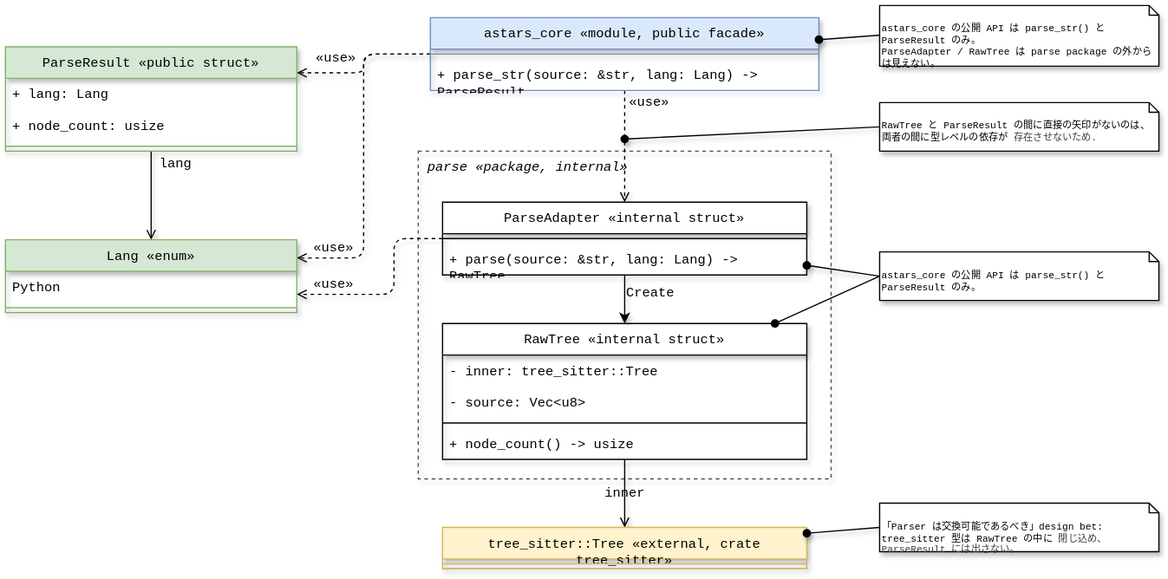
xwasoux/astars keeps this draw.io diagram as docs/architecture/core-parse-spike.drawio.svg. Above is the earlier version. Source tidied: cells renumbered, new cells last; positions are measured from the earlier drawing's top-left corner, leaving out a move shared by most shapes.
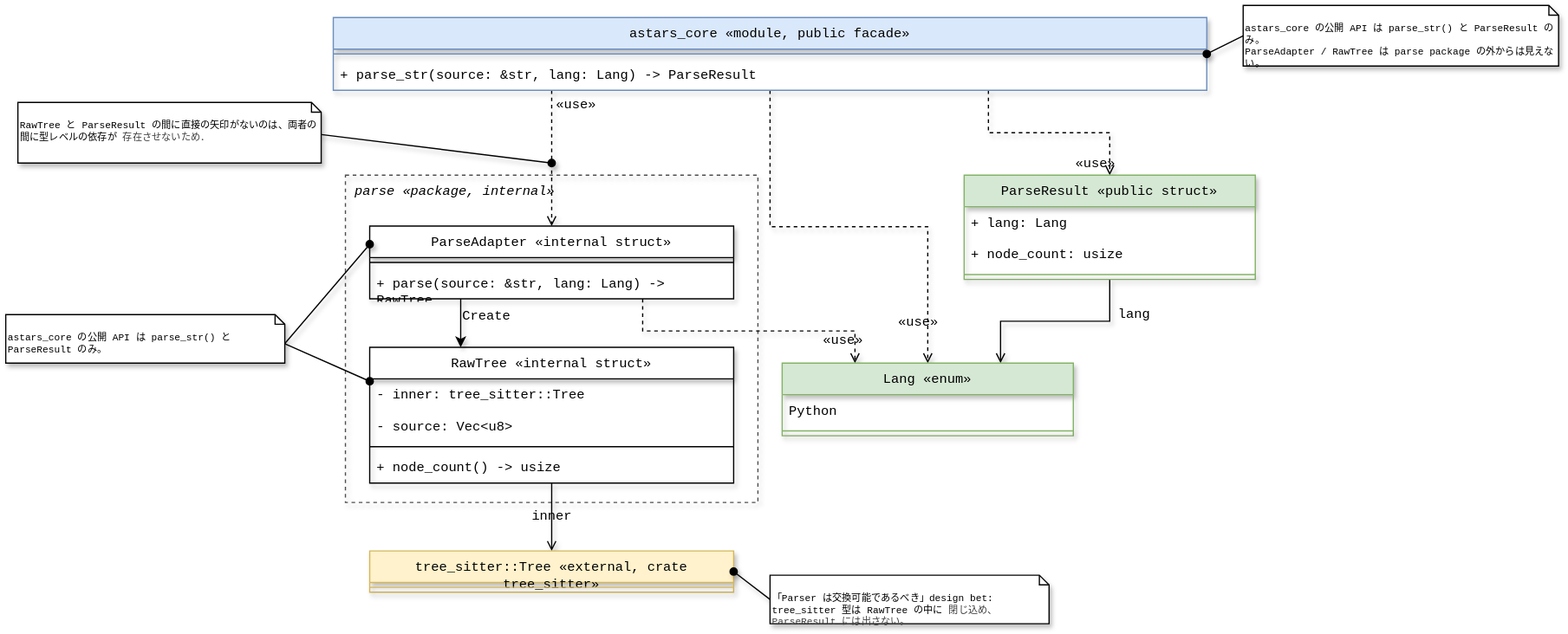
Later version of the same file.

Diff of the diagram source:
```diff
@@ -5,25 +5,20 @@
     <mxCell id="2" value="parse «package, internal»" style="rounded=0;dashed=1;fillColor=none;strokeColor=#4D4D4D;verticalAlign=top;fontStyle=2;align=left;spacingLeft=6;fontSize=11;textShadow=0;labelBackgroundColor=none;fontFamily=monospace;shadow=1;" parent="1" vertex="1">
       <mxGeometry x="340" y="120" width="340" height="270" as="geometry" />
     </mxCell>
-    <mxCell id="3" value="«use»" style="edgeStyle=orthogonalEdgeStyle;rounded=1;html=1;endArrow=open;endFill=0;dashed=1;textShadow=0;entryX=1;entryY=0.25;entryDx=0;entryDy=0;labelBackgroundColor=none;curved=0;fontFamily=monospace;shadow=1;" parent="1" edge="1" source="19" target="26">
-      <mxGeometry x="0.78" y="-8" relative="1" as="geometry" />
+    <mxCell id="3" value="«use»" style="edgeStyle=orthogonalEdgeStyle;rounded=0;html=1;endArrow=open;endFill=0;dashed=1;textShadow=0;entryX=0.5;entryY=0;entryDx=0;entryDy=0;labelBackgroundColor=none;curved=0;fontFamily=monospace;shadow=1;exitX=0.5;exitY=1;exitDx=0;exitDy=0;" parent="1" edge="1" source="19" target="26">
+      <mxGeometry x="0.82" y="-8" relative="1" as="geometry" />
     </mxCell>
-    <mxCell id="4" value="«use»" style="edgeStyle=orthogonalEdgeStyle;rounded=1;html=1;endArrow=open;endFill=0;dashed=1;textShadow=0;entryX=1;entryY=0.25;entryDx=0;entryDy=0;labelBackgroundColor=none;curved=0;fontFamily=monospace;shadow=1;" parent="1" edge="1" source="19" target="22">
-      <mxGeometry x="0.5" y="-12" relative="1" as="geometry" />
+    <mxCell id="4" value="«use»" style="edgeStyle=orthogonalEdgeStyle;rounded=0;html=1;endArrow=open;endFill=0;dashed=1;textShadow=0;labelBackgroundColor=none;curved=0;fontFamily=monospace;shadow=1;exitX=0.75;exitY=1;exitDx=0;exitDy=0;" parent="1" edge="1" source="19" target="22">
+      <mxGeometry x="0.89" y="-12" relative="1" as="geometry" />
     </mxCell>
-    <mxCell id="5" value="&lt;span&gt;«use»&lt;/span&gt;" style="edgeStyle=orthogonalEdgeStyle;rounded=0;html=1;endArrow=open;endFill=0;dashed=1;textShadow=0;labelBackgroundColor=none;fontFamily=monospace;entryX=0.5;entryY=0;entryDx=0;entryDy=0;exitX=0.5;exitY=1;exitDx=0;exitDy=0;shadow=1;" parent="1" edge="1" source="19" target="16">
+    <mxCell id="5" value="&lt;span&gt;«use»&lt;/span&gt;" style="edgeStyle=orthogonalEdgeStyle;rounded=0;html=1;endArrow=open;endFill=0;dashed=1;textShadow=0;labelBackgroundColor=none;fontFamily=monospace;entryX=0.5;entryY=0;entryDx=0;entryDy=0;exitX=0.25;exitY=1;exitDx=0;exitDy=0;shadow=1;" parent="1" edge="1" source="19" target="16">
       <mxGeometry x="-0.78" y="20" relative="1" as="geometry" />
     </mxCell>
-    <mxCell id="6" value="«use»" style="edgeStyle=orthogonalEdgeStyle;rounded=1;html=1;endArrow=open;endFill=0;dashed=1;textShadow=0;labelBackgroundColor=none;fontFamily=monospace;entryX=1;entryY=0.75;entryDx=0;entryDy=0;curved=0;shadow=1;" parent="1" edge="1" source="16" target="26">
-      <mxGeometry x="0.64" y="-8" relative="1" as="geometry">
-        <Array as="points">
-          <mxPoint x="320" y="192" />
-          <mxPoint x="320" y="238" />
-        </Array>
-      </mxGeometry>
+    <mxCell id="6" value="«use»" style="rounded=0;html=1;endArrow=open;endFill=0;dashed=1;textShadow=0;labelBackgroundColor=none;fontFamily=monospace;entryX=0.25;entryY=0;entryDx=0;entryDy=0;shadow=1;edgeStyle=orthogonalEdgeStyle;curved=0;exitX=0.75;exitY=1;exitDx=0;exitDy=0;" parent="1" edge="1" source="16" target="26">
+      <mxGeometry x="0.67" y="-8" relative="1" as="geometry" />
     </mxCell>
-    <mxCell id="7" value="lang" style="edgeStyle=orthogonalEdgeStyle;rounded=0;html=1;endArrow=open;endFill=0;textShadow=0;exitX=0.5;exitY=1;exitDx=0;exitDy=0;entryX=0.5;entryY=0;entryDx=0;entryDy=0;labelBackgroundColor=none;fontFamily=monospace;shadow=1;" parent="1" edge="1" source="22" target="26">
-      <mxGeometry x="-0.71" y="20" relative="1" as="geometry" />
+    <mxCell id="7" value="lang" style="edgeStyle=orthogonalEdgeStyle;rounded=0;html=1;endArrow=open;endFill=0;textShadow=0;exitX=0.5;exitY=1;exitDx=0;exitDy=0;entryX=0.75;entryY=0;entryDx=0;entryDy=0;labelBackgroundColor=none;fontFamily=monospace;shadow=1;" parent="1" edge="1" source="22" target="26">
+      <mxGeometry x="-0.63" y="20" relative="1" as="geometry" />
     </mxCell>
     <mxCell id="8" value="inner" style="edgeStyle=orthogonalEdgeStyle;rounded=0;html=1;endArrow=open;endFill=0;textShadow=0;labelBackgroundColor=none;entryX=0.5;entryY=0;entryDx=0;entryDy=0;fontFamily=monospace;shadow=1;" parent="1" edge="1" source="9" target="29">
       <mxGeometry relative="1" as="geometry" />
@@ -43,7 +38,7 @@
     <mxCell id="13" value="&lt;span style=&quot;color: rgb(0, 0, 0); font-size: 11px;&quot;&gt;+ node_count() -&amp;gt; usize&lt;/span&gt;" style="text;strokeColor=none;fillColor=none;align=left;verticalAlign=top;spacingLeft=4;spacingRight=4;overflow=hidden;whiteSpace=wrap;html=1;fontFamily=monospace;textShadow=0;labelBackgroundColor=none;" parent="9" vertex="1">
       <mxGeometry y="86" width="300" height="26" as="geometry" />
     </mxCell>
-    <mxCell id="14" style="edgeStyle=none;html=1;exitX=0.5;exitY=1;exitDx=0;exitDy=0;entryX=0.5;entryY=0;entryDx=0;entryDy=0;textShadow=0;labelBackgroundColor=none;fontFamily=monospace;shadow=1;" parent="1" edge="1" source="16" target="9">
+    <mxCell id="14" style="edgeStyle=none;html=1;exitX=0.25;exitY=1;exitDx=0;exitDy=0;entryX=0.25;entryY=0;entryDx=0;entryDy=0;textShadow=0;labelBackgroundColor=none;fontFamily=monospace;shadow=1;" parent="1" edge="1" source="16" target="9">
       <mxGeometry relative="1" as="geometry" />
     </mxCell>
     <mxCell id="15" value="&lt;font&gt;Create&lt;/font&gt;" style="edgeLabel;html=1;align=center;verticalAlign=middle;textShadow=0;labelBackgroundColor=none;fontFamily=monospace;" parent="14" vertex="1">
@@ -61,16 +56,16 @@
       <mxGeometry y="34" width="300" height="26" as="geometry" />
     </mxCell>
     <mxCell id="19" value="&lt;span style=&quot;color: rgb(0, 0, 0); font-size: 11px; font-weight: 400; text-align: left;&quot;&gt;astars_core «module, public facade»&lt;/span&gt;" style="swimlane;fontStyle=1;align=center;verticalAlign=top;horizontal=1;startSize=26;whiteSpace=wrap;html=1;fontFamily=monospace;textShadow=0;fillColor=#dae8fc;strokeColor=#6c8ebf;labelBackgroundColor=none;shadow=1;" parent="1" vertex="1">
-      <mxGeometry x="350" y="10" width="320" height="60" as="geometry" />
+      <mxGeometry x="330" y="-10" width="720" height="60" as="geometry" />
     </mxCell>
     <mxCell id="20" style="line;strokeWidth=1;fillColor=none;align=left;verticalAlign=middle;spacingTop=-1;spacingLeft=3;spacingRight=3;labelPosition=right;strokeColor=inherit;textShadow=0;labelBackgroundColor=none;fontFamily=monospace;shadow=1;" parent="19" vertex="1">
-      <mxGeometry y="26" width="320" height="8" as="geometry" />
+      <mxGeometry y="26" width="720" height="8" as="geometry" />
     </mxCell>
     <mxCell id="21" value="&lt;span style=&quot;color: rgb(0, 0, 0); font-size: 11px;&quot;&gt;+ parse_str(source: &amp;amp;str, lang: Lang)&amp;nbsp;&lt;/span&gt;&lt;span style=&quot;color: rgb(0, 0, 0); font-size: 11px;&quot;&gt;-&amp;gt; ParseResult&lt;/span&gt;" style="text;strokeColor=none;fillColor=none;align=left;verticalAlign=top;spacingLeft=4;spacingRight=4;overflow=hidden;whiteSpace=wrap;html=1;fontFamily=monospace;textShadow=0;labelBackgroundColor=none;shadow=1;" parent="19" vertex="1">
-      <mxGeometry y="34" width="320" height="26" as="geometry" />
+      <mxGeometry y="34" width="720" height="26" as="geometry" />
     </mxCell>
     <mxCell id="22" value="&lt;span style=&quot;color: rgb(0, 0, 0); font-size: 11px; font-weight: 400; text-align: left;&quot;&gt;ParseResult «public struct»&lt;/span&gt;" style="swimlane;fontStyle=1;align=center;verticalAlign=top;horizontal=1;startSize=26;whiteSpace=wrap;html=1;fontFamily=monospace;textShadow=0;fillColor=#d5e8d4;strokeColor=#82b366;labelBackgroundColor=none;shadow=1;" parent="1" vertex="1">
-      <mxGeometry y="34" width="240" height="86" as="geometry" />
+      <mxGeometry x="850" y="120" width="240" height="86" as="geometry" />
     </mxCell>
     <mxCell id="23" value="&lt;span style=&quot;color: rgb(0, 0, 0); font-size: 11px;&quot;&gt;+ lang: Lang&lt;/span&gt;" style="text;strokeColor=none;fillColor=none;align=left;verticalAlign=top;spacingLeft=4;spacingRight=4;overflow=hidden;whiteSpace=wrap;html=1;fontFamily=monospace;textShadow=0;labelBackgroundColor=none;shadow=1;" parent="22" vertex="1">
       <mxGeometry y="26" width="240" height="26" as="geometry" />
@@ -82,7 +77,7 @@
       <mxGeometry y="78" width="240" height="8" as="geometry" />
     </mxCell>
     <mxCell id="26" value="&lt;span style=&quot;color: rgb(0, 0, 0); font-size: 11px; font-weight: 400; text-align: left;&quot;&gt;Lang «enum»&lt;/span&gt;" style="swimlane;fontStyle=1;align=center;verticalAlign=top;horizontal=1;startSize=26;whiteSpace=wrap;html=1;fontFamily=monospace;textShadow=0;fillColor=#d5e8d4;strokeColor=#82b366;labelBackgroundColor=none;shadow=1;" parent="1" vertex="1">
-      <mxGeometry y="193" width="240" height="60" as="geometry" />
+      <mxGeometry x="700" y="275" width="240" height="60" as="geometry" />
     </mxCell>
     <mxCell id="27" value="&lt;span style=&quot;color: rgb(0, 0, 0); font-size: 11px;&quot;&gt;Python&lt;/span&gt;" style="text;strokeColor=none;fillColor=none;align=left;verticalAlign=top;spacingLeft=4;spacingRight=4;overflow=hidden;whiteSpace=wrap;html=1;fontFamily=monospace;textShadow=0;labelBackgroundColor=none;shadow=1;" parent="26" vertex="1">
       <mxGeometry y="26" width="240" height="26" as="geometry" />
@@ -96,34 +91,34 @@
     <mxCell id="30" style="line;strokeWidth=1;fillColor=none;align=left;verticalAlign=middle;spacingTop=-1;spacingLeft=3;spacingRight=3;labelPosition=right;strokeColor=inherit;textShadow=0;labelBackgroundColor=none;fontFamily=monospace;shadow=1;" parent="29" vertex="1">
       <mxGeometry y="26" width="300" height="8" as="geometry" />
     </mxCell>
-    <mxCell id="31" style="edgeStyle=none;html=1;exitX=0.261;exitY=0.4;exitDx=0;exitDy=0;exitPerimeter=0;endArrow=oval;endFill=1;fontFamily=monospace;textShadow=0;shadow=1;" parent="1" edge="1" source="32" target="19">
+    <mxCell id="31" style="edgeStyle=none;html=1;exitX=0;exitY=0.5;exitDx=0;exitDy=0;exitPerimeter=0;endArrow=oval;endFill=1;fontFamily=monospace;textShadow=0;shadow=1;entryX=1;entryY=0.5;entryDx=0;entryDy=0;" parent="1" edge="1" source="32" target="19">
       <mxGeometry relative="1" as="geometry" />
     </mxCell>
     <mxCell id="32" value="&lt;span style=&quot;color: rgb(0, 0, 0);&quot;&gt;astars_core の公開 API は parse_str() と ParseResult のみ。&lt;br&gt;&lt;/span&gt;&lt;div&gt;&lt;span style=&quot;color: rgb(0, 0, 0);&quot;&gt;ParseAdapter / RawTree は parse package の外からは見えない。&lt;/span&gt;&lt;/div&gt;" style="shape=note2;boundedLbl=1;whiteSpace=wrap;html=1;size=8;verticalAlign=top;align=left;fontSize=8;fontFamily=monospace;textShadow=0;shadow=1;" parent="1" vertex="1">
-      <mxGeometry x="720" width="230" height="50" as="geometry" />
+      <mxGeometry x="1080" y="-20" width="260" height="50" as="geometry" />
     </mxCell>
-    <mxCell id="33" style="edgeStyle=none;html=1;exitX=0;exitY=0.5;exitDx=0;exitDy=0;exitPerimeter=0;endArrow=oval;endFill=1;fontFamily=monospace;textShadow=0;shadow=1;" parent="1" edge="1" source="34" target="16">
+    <mxCell id="33" style="edgeStyle=none;html=1;exitX=0;exitY=0;exitDx=230.00000000000003;exitDy=24;exitPerimeter=0;endArrow=oval;endFill=1;fontFamily=monospace;textShadow=0;shadow=1;entryX=0;entryY=0.25;entryDx=0;entryDy=0;" parent="1" edge="1" source="34" target="16">
       <mxGeometry relative="1" as="geometry" />
     </mxCell>
     <mxCell id="34" value="&lt;span style=&quot;color: rgb(0, 0, 0);&quot;&gt;astars_core の公開 API は parse_str() と ParseResult のみ。&lt;/span&gt;" style="shape=note2;boundedLbl=1;whiteSpace=wrap;html=1;size=8;verticalAlign=top;align=left;fontSize=8;fontFamily=monospace;textShadow=0;shadow=1;" parent="1" vertex="1">
-      <mxGeometry x="720" y="203" width="230" height="40" as="geometry" />
+      <mxGeometry x="60" y="235" width="230" height="40" as="geometry" />
     </mxCell>
-    <mxCell id="35" style="edgeStyle=none;html=1;exitX=0;exitY=0.5;exitDx=0;exitDy=0;exitPerimeter=0;endArrow=oval;endFill=1;fontFamily=monospace;textShadow=0;" parent="1" edge="1" source="34" target="9">
+    <mxCell id="35" style="edgeStyle=none;html=1;exitX=0;exitY=0;exitDx=230.00000000000003;exitDy=24;exitPerimeter=0;endArrow=oval;endFill=1;fontFamily=monospace;textShadow=0;entryX=0;entryY=0.25;entryDx=0;entryDy=0;" parent="1" edge="1" source="34" target="9">
       <mxGeometry relative="1" as="geometry" />
     </mxCell>
-    <mxCell id="36" style="edgeStyle=none;html=1;exitX=0;exitY=0.5;exitDx=0;exitDy=0;exitPerimeter=0;endArrow=oval;endFill=1;fontFamily=monospace;textShadow=0;shadow=1;" parent="1" edge="1" source="37" target="29">
+    <mxCell id="36" style="edgeStyle=none;html=1;exitX=0;exitY=0.5;exitDx=0;exitDy=0;exitPerimeter=0;endArrow=oval;endFill=1;fontFamily=monospace;textShadow=0;shadow=1;entryX=1;entryY=0.5;entryDx=0;entryDy=0;" parent="1" edge="1" source="37" target="29">
       <mxGeometry relative="1" as="geometry" />
     </mxCell>
     <mxCell id="37" value="「Parser は交換可能であるべき」design bet: tree_sitter 型は RawTree の中に&lt;span style=&quot;color: rgb(63, 63, 63); background-color: transparent;&quot;&gt;閉じ込め、ParseResult には出さない。&lt;/span&gt;" style="shape=note2;boundedLbl=1;whiteSpace=wrap;html=1;size=8;verticalAlign=top;align=left;fontSize=8;fontFamily=monospace;textShadow=0;shadow=1;" parent="1" vertex="1">
-      <mxGeometry x="720" y="410" width="230" height="40" as="geometry" />
+      <mxGeometry x="690" y="450" width="230" height="40" as="geometry" />
     </mxCell>
-    <mxCell id="38" style="edgeStyle=none;html=1;exitX=0;exitY=0.5;exitDx=0;exitDy=0;exitPerimeter=0;endArrow=oval;endFill=1;fontFamily=monospace;textShadow=0;shadow=1;" parent="1" edge="1" source="39">
+    <mxCell id="38" style="edgeStyle=none;html=1;exitX=0;exitY=0;exitDx=230;exitDy=24;exitPerimeter=0;endArrow=oval;endFill=1;fontFamily=monospace;textShadow=0;shadow=1;" parent="1" edge="1" source="39">
       <mxGeometry relative="1" as="geometry">
         <mxPoint x="510" y="110" as="targetPoint" />
       </mxGeometry>
     </mxCell>
     <mxCell id="39" value="RawTree と ParseResult の間に直接の矢印がないのは、両者の間に型レベルの依存が&lt;span style=&quot;color: rgb(63, 63, 63); background-color: transparent;&quot;&gt;存在させないため．&lt;/span&gt;" style="shape=note2;boundedLbl=1;whiteSpace=wrap;html=1;size=8;verticalAlign=top;align=left;fontSize=8;fontFamily=monospace;textShadow=0;shadow=1;" parent="1" vertex="1">
-      <mxGeometry x="720" y="80" width="230" height="40" as="geometry" />
+      <mxGeometry x="70" y="60" width="250" height="50" as="geometry" />
     </mxCell>
   </root>
 </mxGraphModel>
```
